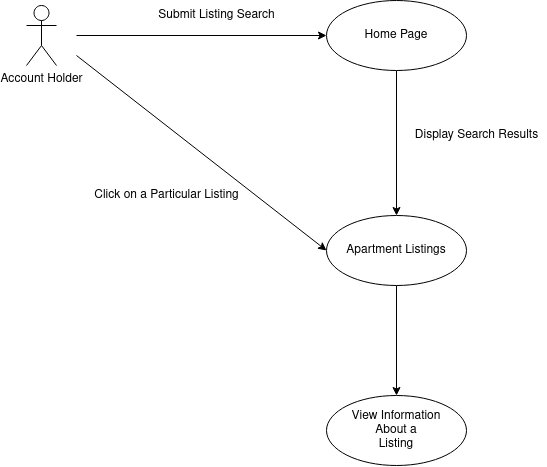
Above: docs/Use Case Diagrams/Listing_Search.png in JackValladares/ApartmentApplication (draw.io), before the change. Source tidied: cells renumbered, new cells last; positions are measured from the earlier drawing's top-left corner, leaving out a move shared by most shapes.
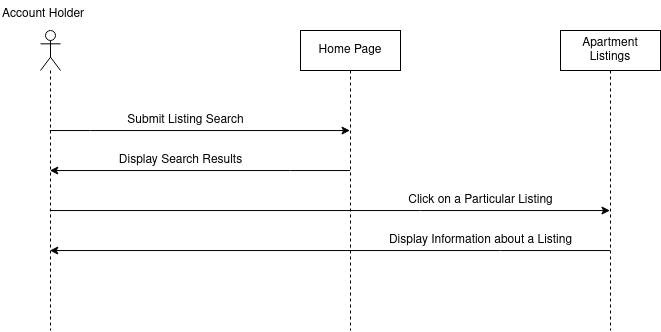
After the commit.

Commit message:
Made UC for Listing Search more readable

What changed in the source:
```diff
@@ -2,42 +2,61 @@
   <root>
     <mxCell id="0" />
     <mxCell id="1" parent="0" />
+    <mxCell id="9" value="&lt;div&gt;Display Search Results&lt;/div&gt;" style="text;html=1;align=center;verticalAlign=middle;fillColor=none;strokeColor=none;rounded=0;" parent="1" vertex="1">
+      <mxGeometry x="780" y="135" width="140" height="20" as="geometry" />
+    </mxCell>
+    <mxCell id="13" style="edgeStyle=orthogonalEdgeStyle;rounded=0;jettySize=auto;html=1;" parent="1" edge="1" source="4" target="16">
+      <mxGeometry relative="1" as="geometry">
+        <Array as="points">
+          <mxPoint x="960" y="155" />
+          <mxPoint x="960" y="155" />
+        </Array>
+      </mxGeometry>
+    </mxCell>
+    <mxCell id="4" value="&lt;div&gt;Home Page&lt;/div&gt;" style="shape=umlLifeline;perimeter=lifelinePerimeter;whiteSpace=wrap;html=1;outlineConnect=0;" parent="1" vertex="1">
+      <mxGeometry x="970" y="15" width="100" height="300" as="geometry" />
+    </mxCell>
+    <mxCell id="14" style="edgeStyle=orthogonalEdgeStyle;rounded=0;jettySize=auto;html=1;" parent="1" edge="1" source="16" target="4">
+      <mxGeometry relative="1" as="geometry">
+        <Array as="points">
+          <mxPoint x="760" y="115" />
+          <mxPoint x="760" y="115" />
+        </Array>
+      </mxGeometry>
+    </mxCell>
+    <mxCell id="15" style="edgeStyle=orthogonalEdgeStyle;rounded=0;jettySize=auto;html=1;" parent="1" edge="1" source="16" target="7">
+      <mxGeometry relative="1" as="geometry">
+        <Array as="points">
+          <mxPoint x="1090" y="195" />
+          <mxPoint x="1090" y="195" />
+        </Array>
+      </mxGeometry>
+    </mxCell>
+    <mxCell id="16" style="shape=umlLifeline;participant=umlActor;perimeter=lifelinePerimeter;whiteSpace=wrap;html=1;verticalAlign=top;spacingTop=36;outlineConnect=0;" parent="1" vertex="1">
+      <mxGeometry x="710" y="15" width="20" height="300" as="geometry" />
+    </mxCell>
-    <mxCell id="2" value="&lt;div&gt;Account Holder&lt;/div&gt;" style="shape=umlActor;verticalLabelPosition=bottom;verticalAlign=top;html=1;" parent="1" vertex="1">
-      <mxGeometry y="5" width="30" height="60" as="geometry" />
+    <mxCell id="2" value="&lt;div&gt;Account Holder&lt;/div&gt;" style="text;whiteSpace=wrap;html=1;" parent="1" vertex="1">
+      <mxGeometry x="670" y="-15" width="110" height="30" as="geometry" />
     </mxCell>
-    <mxCell id="3" style="edgeStyle=orthogonalEdgeStyle;rounded=0;jettySize=auto;html=1;" parent="1" edge="1" source="4" target="7">
-      <mxGeometry relative="1" as="geometry" />
-    </mxCell>
-    <mxCell id="4" value="Home Page" style="ellipse;whiteSpace=wrap;html=1;" parent="1" vertex="1">
-      <mxGeometry x="300" width="140" height="70" as="geometry" />
-    </mxCell>
-    <mxCell id="5" style="endArrow=classic;html=1;entryX=0;entryY=0.5;entryDx=0;entryDy=0;" parent="1" edge="1" target="4">
-      <mxGeometry relative="1" as="geometry">
-        <mxPoint x="50" y="35" as="sourcePoint" />
-      </mxGeometry>
-    </mxCell>
-    <mxCell id="6" style="edgeStyle=orthogonalEdgeStyle;rounded=0;jettySize=auto;html=1;" parent="1" edge="1" source="7" target="12">
-      <mxGeometry relative="1" as="geometry" />
-    </mxCell>
+    <mxCell id="8" value="Submit Listing Search" style="text;html=1;align=center;verticalAlign=middle;fillColor=none;strokeColor=none;rounded=0;" parent="1" vertex="1">
+      <mxGeometry x="790" y="95" width="130" height="20" as="geometry" />
+    </mxCell>
+    <mxCell id="17" style="edgeStyle=orthogonalEdgeStyle;rounded=0;jettySize=auto;html=1;" parent="1" edge="1" source="7" target="16">
+      <mxGeometry relative="1" as="geometry">
+        <Array as="points">
+          <mxPoint x="1170" y="235" />
+          <mxPoint x="1170" y="235" />
+        </Array>
+      </mxGeometry>
+    </mxCell>
-    <mxCell id="7" value="Apartment Listings" style="ellipse;whiteSpace=wrap;html=1;" parent="1" vertex="1">
-      <mxGeometry x="300" y="215" width="140" height="70" as="geometry" />
+    <mxCell id="7" value="Apartment Listings" style="shape=umlLifeline;perimeter=lifelinePerimeter;whiteSpace=wrap;html=1;outlineConnect=0;" parent="1" vertex="1">
+      <mxGeometry x="1230" y="15" width="100" height="300" as="geometry" />
     </mxCell>
-    <mxCell id="8" value="Submit Listing Search" style="text;html=1;align=center;verticalAlign=middle;fillColor=none;strokeColor=none;rounded=0;" parent="1" vertex="1">
-      <mxGeometry x="125" y="5" width="130" height="20" as="geometry" />
-    </mxCell>
-    <mxCell id="9" value="&lt;div&gt;Display Search Results&lt;/div&gt;" style="text;html=1;align=center;verticalAlign=middle;fillColor=none;strokeColor=none;rounded=0;" parent="1" vertex="1">
-      <mxGeometry x="380" y="125" width="140" height="20" as="geometry" />
-    </mxCell>
-    <mxCell id="10" style="endArrow=classic;html=1;entryX=0;entryY=0.5;entryDx=0;entryDy=0;" parent="1" edge="1" target="7">
-      <mxGeometry relative="1" as="geometry">
-        <mxPoint x="50" y="55" as="sourcePoint" />
-      </mxGeometry>
-    </mxCell>
     <mxCell id="11" value="Click on a Particular Listing" style="text;html=1;align=center;verticalAlign=middle;fillColor=none;strokeColor=none;rounded=0;" parent="1" vertex="1">
-      <mxGeometry x="60" y="185" width="160" height="20" as="geometry" />
+      <mxGeometry x="1070" y="175" width="160" height="20" as="geometry" />
     </mxCell>
-    <mxCell id="12" value="&lt;div&gt;View Information&lt;/div&gt;&lt;div&gt;About a&lt;/div&gt;&lt;div&gt;Listing&lt;/div&gt;" style="ellipse;whiteSpace=wrap;html=1;" parent="1" vertex="1">
-      <mxGeometry x="300" y="395" width="140" height="70" as="geometry" />
-    </mxCell>
+    <mxCell id="18" value="&lt;div&gt;Display Information about a Listing&lt;/div&gt;" style="text;html=1;align=center;verticalAlign=middle;fillColor=none;strokeColor=none;rounded=0;" parent="1" vertex="1">
+      <mxGeometry x="1050" y="215" width="200" height="20" as="geometry" />
+    </mxCell>
   </root>
 </mxGraphModel>
```
